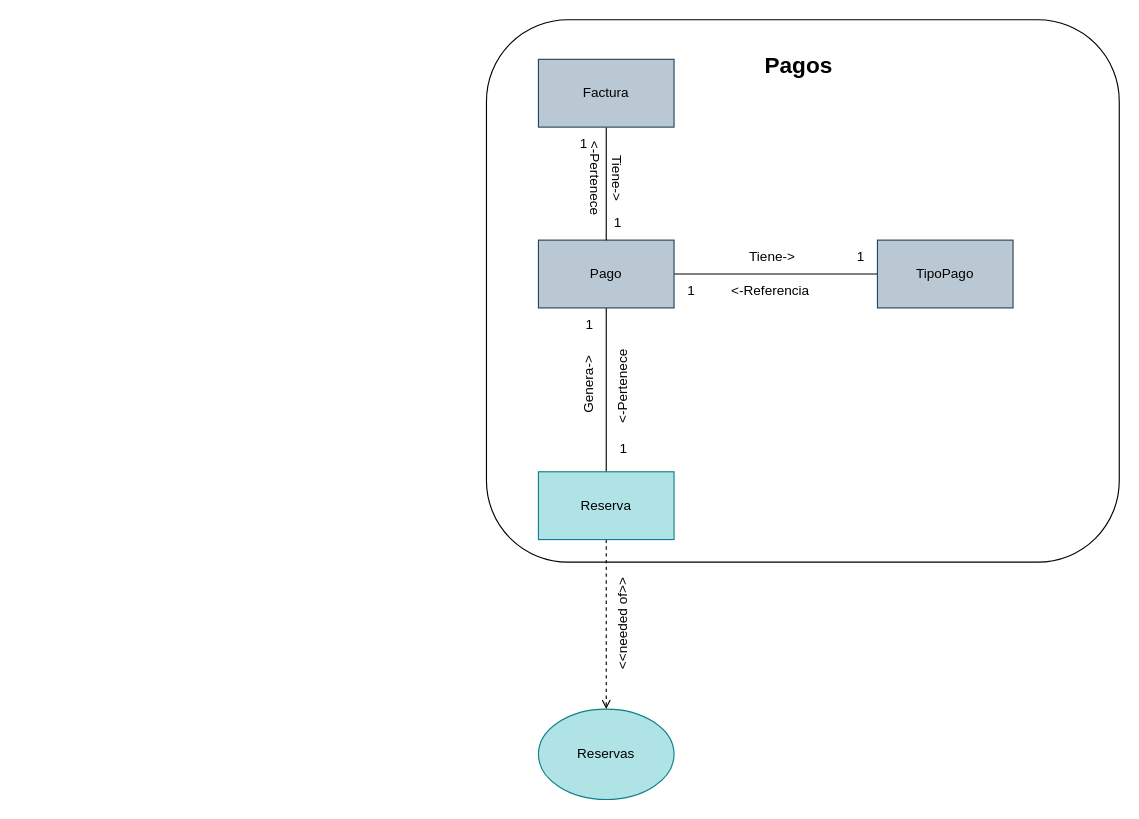
Earlier version of the draw.io diagram page "4.8 Pagos- ModeloDominioAcotado" (11 of 12) of SpaOnline/ModeloDominioSpa.drawio (cristianospina/DOO). Source tidied: cells renumbered, new cells numbered last; positions are measured from the earlier drawing's top-left corner, leaving out a move shared by most shapes. Both pictures are drawn from the tidied source at 113%, with x=0, y=0 at pixel (486, 19).
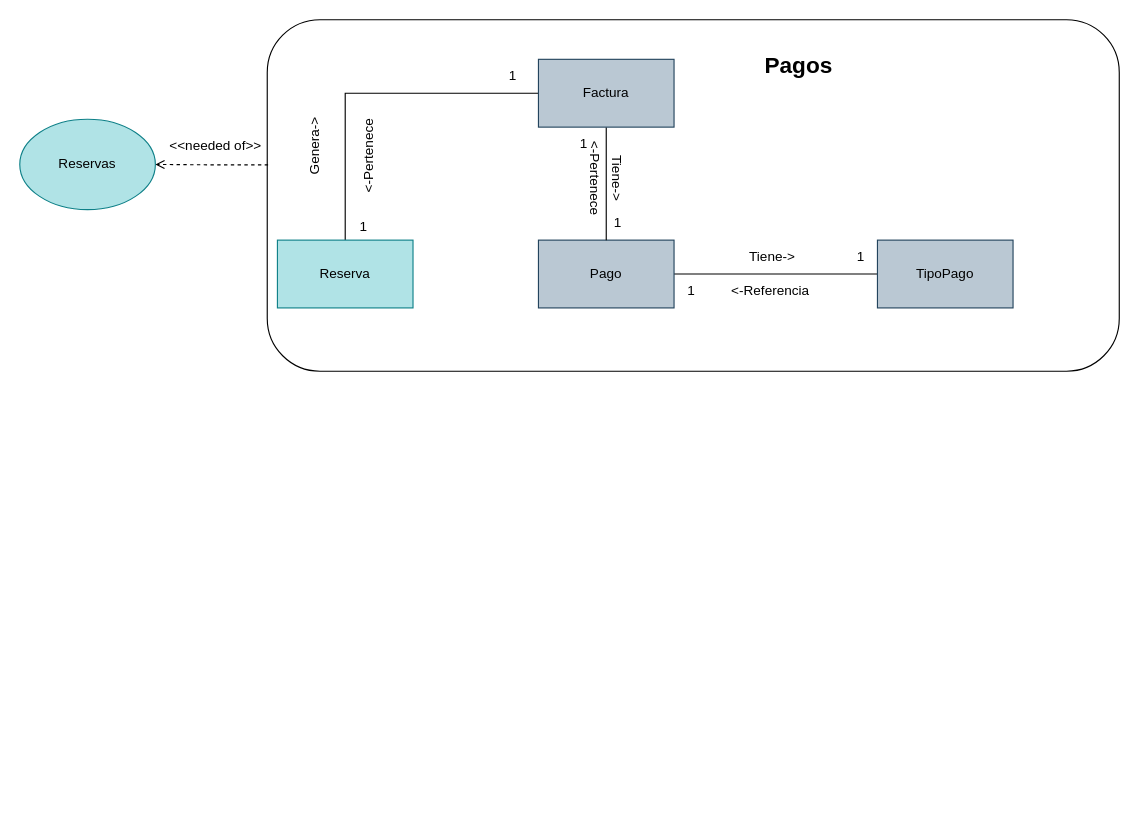
Above is the later version.

The change refers to these unchanged cells:
```xml
<mxCell id="6" value="Pago&lt;br&gt;" style="rounded=0;whiteSpace=wrap;html=1;fillColor=#bac8d3;strokeColor=#23445d;" parent="1" vertex="1">
  <mxGeometry x="46" y="195" width="120" height="60" as="geometry" />
</mxCell>
<mxCell id="8" value="Factura" style="rounded=0;whiteSpace=wrap;html=1;fillColor=#bac8d3;strokeColor=#23445d;" parent="1" vertex="1">
  <mxGeometry x="46" y="35" width="120" height="60" as="geometry" />
</mxCell>
```

Diff of the diagram source:
```diff
@@
     <mxCell id="2" style="rounded=1;whiteSpace=wrap;html=1;" parent="1" vertex="1">
-      <mxGeometry width="560" height="480" as="geometry" />
+      <mxGeometry x="-194" width="754" height="311" as="geometry" />
     </mxCell>
@@
-    <mxCell id="4" style="edgeStyle=orthogonalEdgeStyle;rounded=0;jettySize=auto;html=1;dashed=1;endArrow=open;endFill=0;exitX=0.5;exitY=1;exitDx=0;exitDy=0;" parent="1" edge="1" source="20" target="19">
+    <mxCell id="4" style="edgeStyle=orthogonalEdgeStyle;rounded=0;jettySize=auto;html=1;dashed=1;endArrow=open;endFill=0;exitX=0.001;exitY=0.413;exitDx=0;exitDy=0;exitPerimeter=0;" parent="1" edge="1" source="2" target="19">
       <mxGeometry relative="1" as="geometry" />
     </mxCell>
-    <mxCell id="5" style="edgeStyle=orthogonalEdgeStyle;rounded=0;jettySize=auto;html=1;endArrow=none;endFill=0;" parent="1" edge="1" source="6" target="20">
+    <mxCell id="5" style="edgeStyle=orthogonalEdgeStyle;rounded=0;jettySize=auto;html=1;endArrow=none;endFill=0;exitX=0;exitY=0.5;exitDx=0;exitDy=0;" parent="1" edge="1" source="8" target="20">
       <mxGeometry relative="1" as="geometry" />
     </mxCell>
@@
     <mxCell id="19" value="Reservas" style="ellipse;whiteSpace=wrap;html=1;fillColor=#b0e3e6;strokeColor=#0e8088;" parent="1" vertex="1">
-      <mxGeometry x="46" y="610" width="120" height="80" as="geometry" />
+      <mxGeometry x="-413" y="88" width="120" height="80" as="geometry" />
     </mxCell>
     <mxCell id="20" value="Reserva" style="rounded=0;whiteSpace=wrap;html=1;fillColor=#b0e3e6;strokeColor=#0e8088;" parent="1" vertex="1">
-      <mxGeometry x="46" y="400" width="120" height="60" as="geometry" />
+      <mxGeometry x="-185" y="195" width="120" height="60" as="geometry" />
     </mxCell>
     <mxCell id="21" value="&amp;nbsp;Genera-&amp;gt;" style="text;html=1;align=center;verticalAlign=middle;fillColor=none;rotation=-90;" parent="1" vertex="1">
-      <mxGeometry x="51" y="310" width="80" height="30" as="geometry" />
+      <mxGeometry x="-192" y="99" width="80" height="30" as="geometry" />
     </mxCell>
     <mxCell id="22" value="&amp;lt;-Pertenece" style="text;html=1;align=center;verticalAlign=middle;fillColor=none;rotation=-90;" parent="1" vertex="1">
-      <mxGeometry x="76" y="310" width="90" height="30" as="geometry" />
+      <mxGeometry x="-149" y="106" width="90" height="30" as="geometry" />
     </mxCell>
     <mxCell id="23" value="1" style="text;html=1;align=center;verticalAlign=middle;fillColor=none;" parent="1" vertex="1">
-      <mxGeometry x="106" y="365" width="30" height="30" as="geometry" />
+      <mxGeometry x="-124" y="168" width="30" height="30" as="geometry" />
     </mxCell>
     <mxCell id="24" value="1" style="text;html=1;align=center;verticalAlign=middle;fillColor=none;" parent="1" vertex="1">
-      <mxGeometry x="76" y="255" width="30" height="30" as="geometry" />
+      <mxGeometry x="8" y="35" width="30" height="30" as="geometry" />
     </mxCell>
-    <mxCell id="25" value="&amp;lt;&amp;lt;needed of&amp;gt;&amp;gt;" style="text;html=1;align=center;verticalAlign=middle;strokeColor=none;fillColor=none;rotation=-90;" parent="1" vertex="1">
-      <mxGeometry x="71" y="520" width="100" height="30" as="geometry" />
+    <mxCell id="25" value="&amp;lt;&amp;lt;needed of&amp;gt;&amp;gt;" style="text;html=1;align=center;verticalAlign=middle;strokeColor=none;fillColor=none;rotation=0;" parent="1" vertex="1">
+      <mxGeometry x="-290" y="97" width="100" height="30" as="geometry" />
     </mxCell>
```
